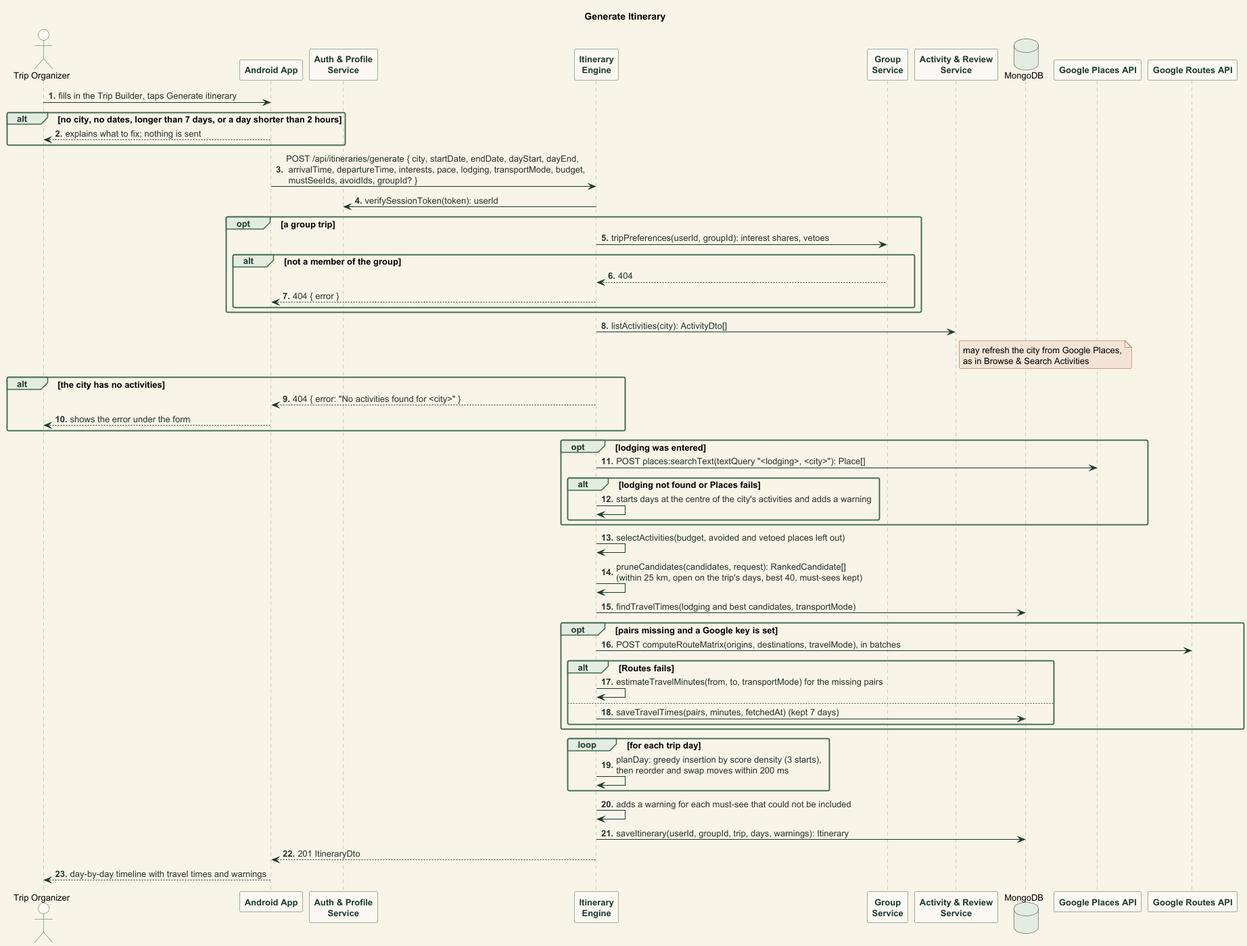
abhiverma13/TimeTravel keeps this PlantUML diagram as documentation/images/seq_plan_trip.png. Above is the earlier version.
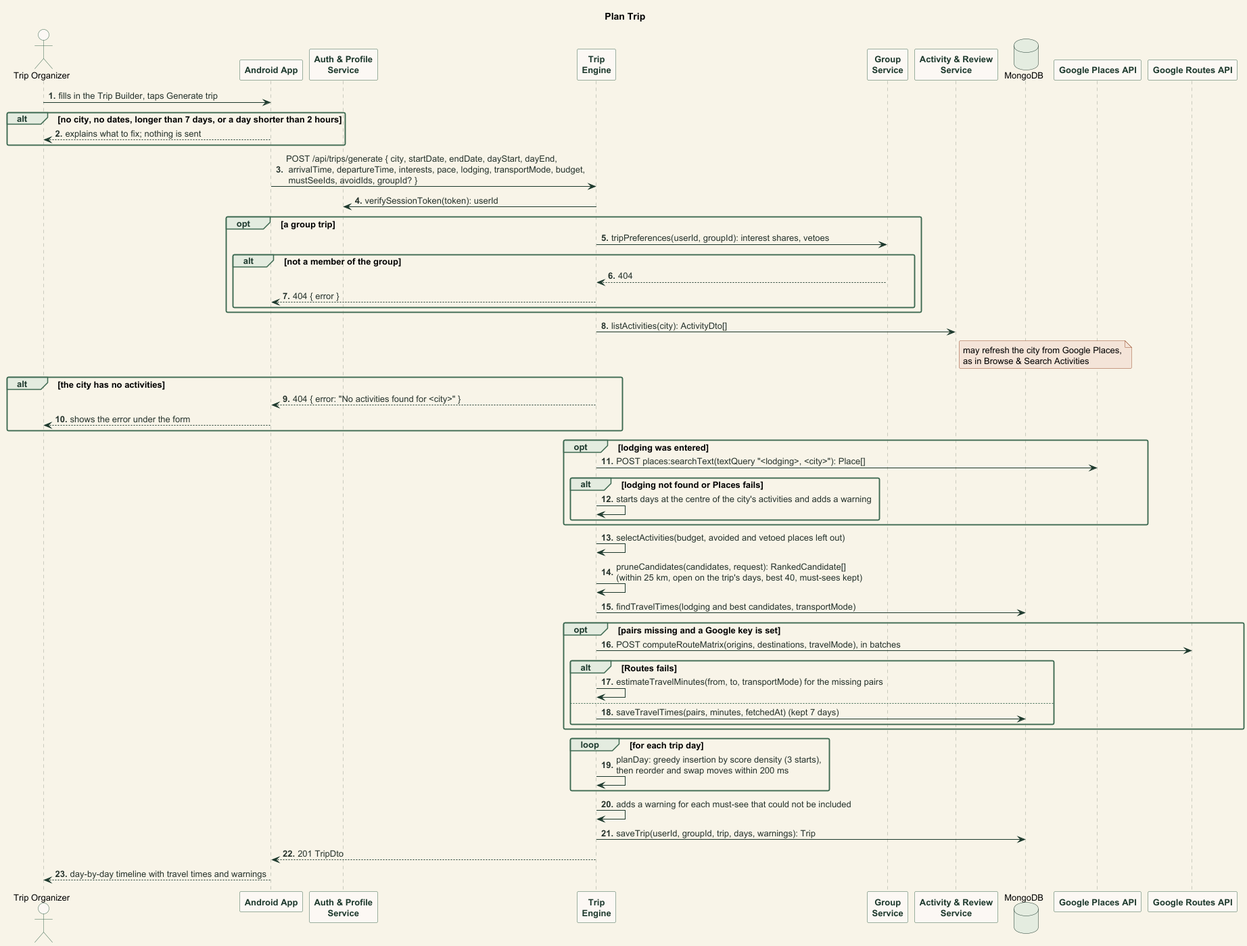
Later version of the same file.

What changed in the source:
```diff
@@ -1,22 +1,22 @@
-@startuml seq_generate_itinerary
+@startuml seq_plan_trip
 !include style.iuml
-title Generate Itinerary
+title Plan Trip
 
 actor "Trip Organizer" as Organizer
 participant "Android App" as App
 participant "Auth & Profile\nService" as Auth
-participant "Itinerary\nEngine" as Engine
+participant "Trip\nEngine" as Engine
 participant "Group\nService" as Groups
 participant "Activity & Review\nService" as Activities
 database MongoDB
 participant "Google Places API" as Places
 participant "Google Routes API" as Routes
 
-Organizer -> App : fills in the Trip Builder, taps Generate itinerary
+Organizer -> App : fills in the Trip Builder, taps Generate trip
 alt no city, no dates, longer than 7 days, or a day shorter than 2 hours
   App --> Organizer : explains what to fix; nothing is sent
 end
-App -> Engine : POST /api/itineraries/generate { city, startDate, endDate, dayStart, dayEnd,\n arrivalTime, departureTime, interests, pace, lodging, transportMode, budget,\n mustSeeIds, avoidIds, groupId? }
+App -> Engine : POST /api/trips/generate { city, startDate, endDate, dayStart, dayEnd,\n arrivalTime, departureTime, interests, pace, lodging, transportMode, budget,\n mustSeeIds, avoidIds, groupId? }
 Engine -> Auth : verifySessionToken(token): userId
 opt a group trip
   Engine -> Groups : tripPreferences(userId, groupId): interest shares, vetoes
@@ -52,7 +52,7 @@
   Engine -> Engine : planDay: greedy insertion by score density (3 starts),\nthen reorder and swap moves within 200 ms
 end
 Engine -> Engine : adds a warning for each must-see that could not be included
-Engine -> MongoDB : saveItinerary(userId, groupId, trip, days, warnings): Itinerary
-Engine --> App : 201 ItineraryDto
+Engine -> MongoDB : saveTrip(userId, groupId, trip, days, warnings): Trip
+Engine --> App : 201 TripDto
 App --> Organizer : day-by-day timeline with travel times and warnings
 @enduml
```
